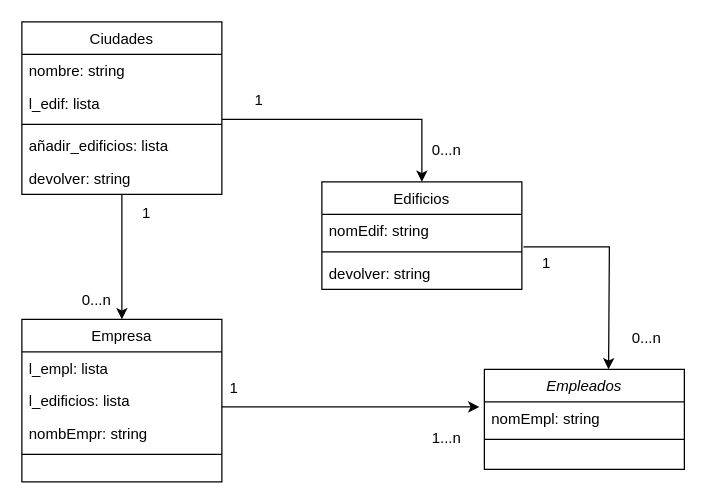
Earlier version of the draw.io diagram dia-siguiente.py/el-dia-siguiente.drawio (andmansim/Ejercicios-Agregaci-n-y-Composici-n-de-POO). Source tidied: cells renumbered, new cells numbered last; positions are measured from the earlier drawing's top-left corner, leaving out a move shared by most shapes. Both pictures are drawn from the tidied source at 125%, with x=0, y=0 at pixel (21, 21).
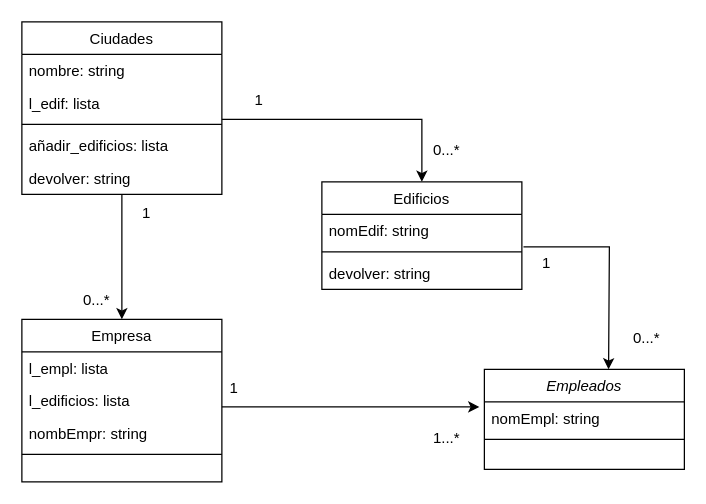
Above is the later version.

The edit, as a diff of the source:
```diff
@@
-    <mxCell id="23" value="0...n" style="text;html=1;strokeColor=none;fillColor=none;align=center;verticalAlign=middle;whiteSpace=wrap;rounded=0;" parent="1" vertex="1">
+    <mxCell id="23" value="0...*" style="text;html=1;strokeColor=none;fillColor=none;align=center;verticalAlign=middle;whiteSpace=wrap;rounded=0;" parent="1" vertex="1">
       <mxGeometry x="310" y="88" width="60" height="30" as="geometry" />
     </mxCell>
@@
-    <mxCell id="25" value="0...n" style="text;html=1;strokeColor=none;fillColor=none;align=center;verticalAlign=middle;whiteSpace=wrap;rounded=0;" parent="1" vertex="1">
+    <mxCell id="25" value="0...*" style="text;html=1;strokeColor=none;fillColor=none;align=center;verticalAlign=middle;whiteSpace=wrap;rounded=0;" parent="1" vertex="1">
       <mxGeometry x="30" y="208" width="60" height="30" as="geometry" />
     </mxCell>
@@
-    <mxCell id="28" value="1...n" style="text;html=1;strokeColor=none;fillColor=none;align=center;verticalAlign=middle;whiteSpace=wrap;rounded=0;rotation=0;" parent="1" vertex="1">
+    <mxCell id="28" value="1...*" style="text;html=1;strokeColor=none;fillColor=none;align=center;verticalAlign=middle;whiteSpace=wrap;rounded=0;rotation=0;" parent="1" vertex="1">
       <mxGeometry x="310" y="318" width="60" height="30" as="geometry" />
     </mxCell>
@@
-    <mxCell id="31" value="0...n" style="text;html=1;strokeColor=none;fillColor=none;align=center;verticalAlign=middle;whiteSpace=wrap;rounded=0;" parent="1" vertex="1">
+    <mxCell id="31" value="0...*" style="text;html=1;strokeColor=none;fillColor=none;align=center;verticalAlign=middle;whiteSpace=wrap;rounded=0;" parent="1" vertex="1">
       <mxGeometry x="470" y="238" width="60" height="30" as="geometry" />
     </mxCell>
```
